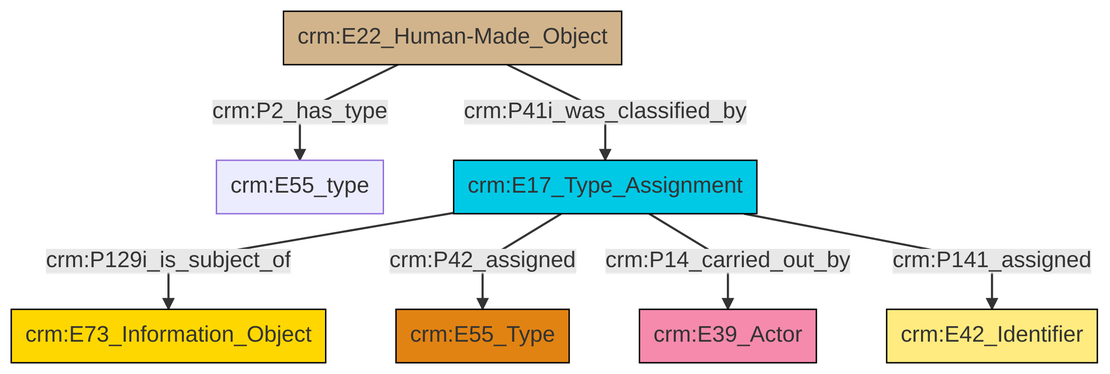
This is et/builtWorkCSV/ttl/mmd/png/Built_Work_designation_status.png from swiss-art-research-net/reference-data-models, a Mermaid export, as it was before one commit. Its source is kept beside it as et/builtWorkCSV/ttl/mmd/Built_Work_designation_status.ttl.mmd.
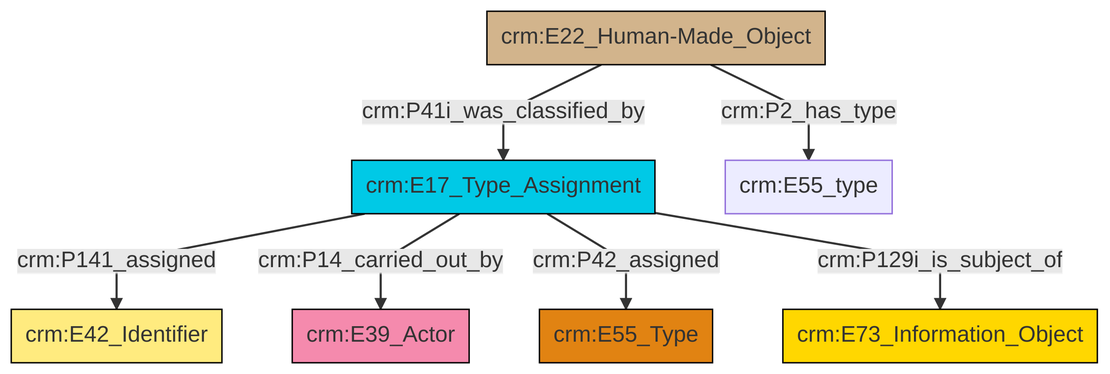
The same file after the commit.

Diff of the diagram source:
```diff
@@ -13,9 +13,9 @@
 classDef PC_Classes fill:#4ce600, stroke:#000000;
 classDef Multi fill:#cccccc,stroke:#000000;
 
-2["crm:E22_Human-Made_Object"]:::Physical_Thing -->|crm:P41i_was_classified_by| 4["crm:E17_Type_Assignment"]:::Temporal_Entity
-2["crm:E22_Human-Made_Object"]:::Physical_Thing -->|crm:P2_has_type| 0["crm:E55_type"]:::Default
-4["crm:E17_Type_Assignment"]:::Temporal_Entity -->|crm:P129i_is_subject_of| 5["crm:E73_Information_Object"]:::Conceptual_Object
-4["crm:E17_Type_Assignment"]:::Temporal_Entity -->|crm:P42_assigned| 9["crm:E55_Type"]:::Type
-4["crm:E17_Type_Assignment"]:::Temporal_Entity -->|crm:P14_carried_out_by| 11["crm:E39_Actor"]:::Actor
-4["crm:E17_Type_Assignment"]:::Temporal_Entity -->|crm:P141_assigned| 7["crm:E42_Identifier"]:::Appellation
+2["crm:E17_Type_Assignment"]:::Temporal_Entity -->|crm:P141_assigned| 6["crm:E42_Identifier"]:::Appellation
+7["crm:E22_Human-Made_Object"]:::Physical_Thing -->|crm:P41i_was_classified_by| 2["crm:E17_Type_Assignment"]:::Temporal_Entity
+2["crm:E17_Type_Assignment"]:::Temporal_Entity -->|crm:P14_carried_out_by| 0["crm:E39_Actor"]:::Actor
+7["crm:E22_Human-Made_Object"]:::Physical_Thing -->|crm:P2_has_type| 9["crm:E55_type"]:::Default
+2["crm:E17_Type_Assignment"]:::Temporal_Entity -->|crm:P42_assigned| 4["crm:E55_Type"]:::Type
+2["crm:E17_Type_Assignment"]:::Temporal_Entity -->|crm:P129i_is_subject_of| 12["crm:E73_Information_Object"]:::Conceptual_Object
```
